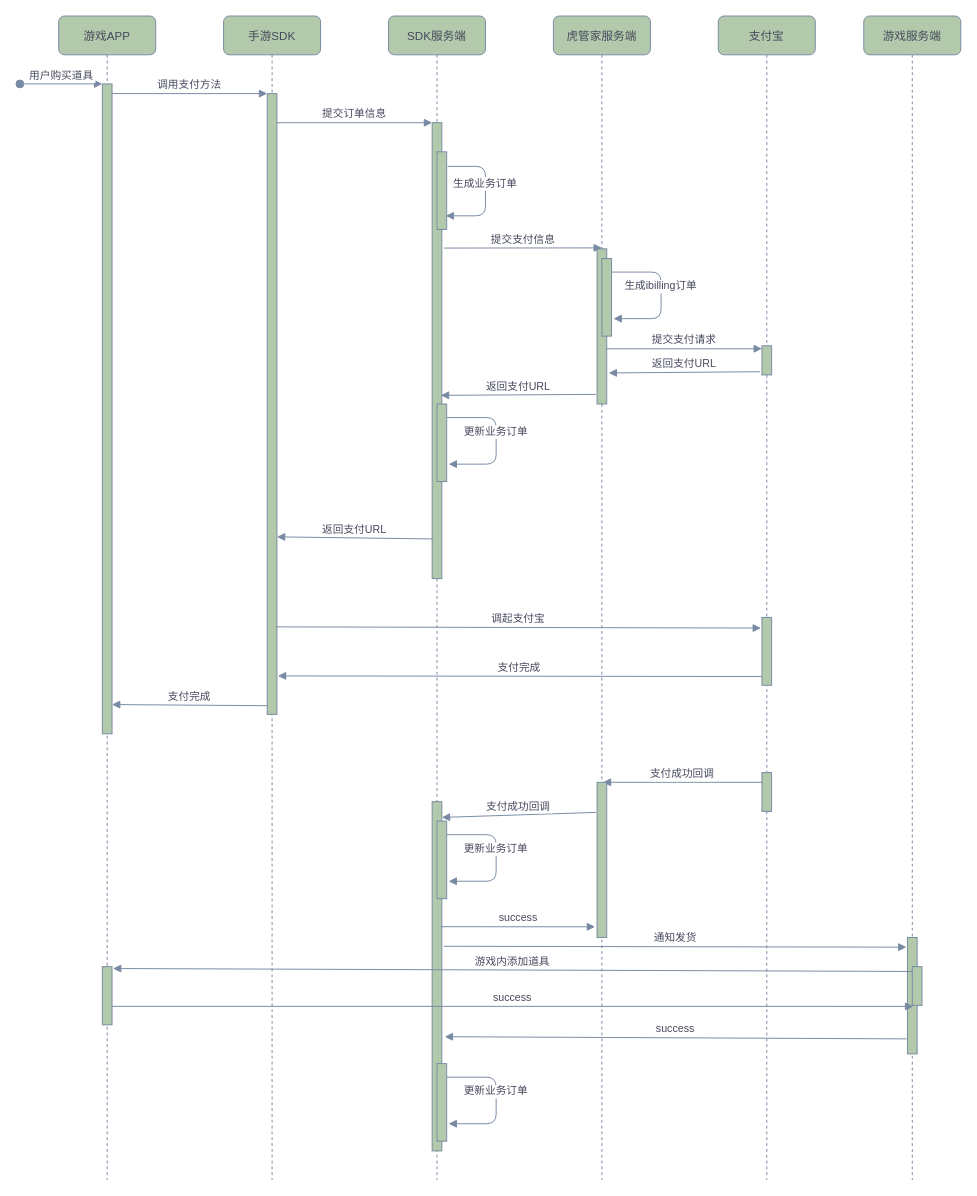
The draw.io diagram Untitled Diagram.drawio in hmysy/TU, before the edit. Source tidied: cells renumbered, new cells numbered last; positions are measured from the earlier drawing's top-left corner, leaving out a move shared by most shapes. Both pictures are drawn from the tidied source at 97%, with x=0, y=0 at pixel (19, 16).
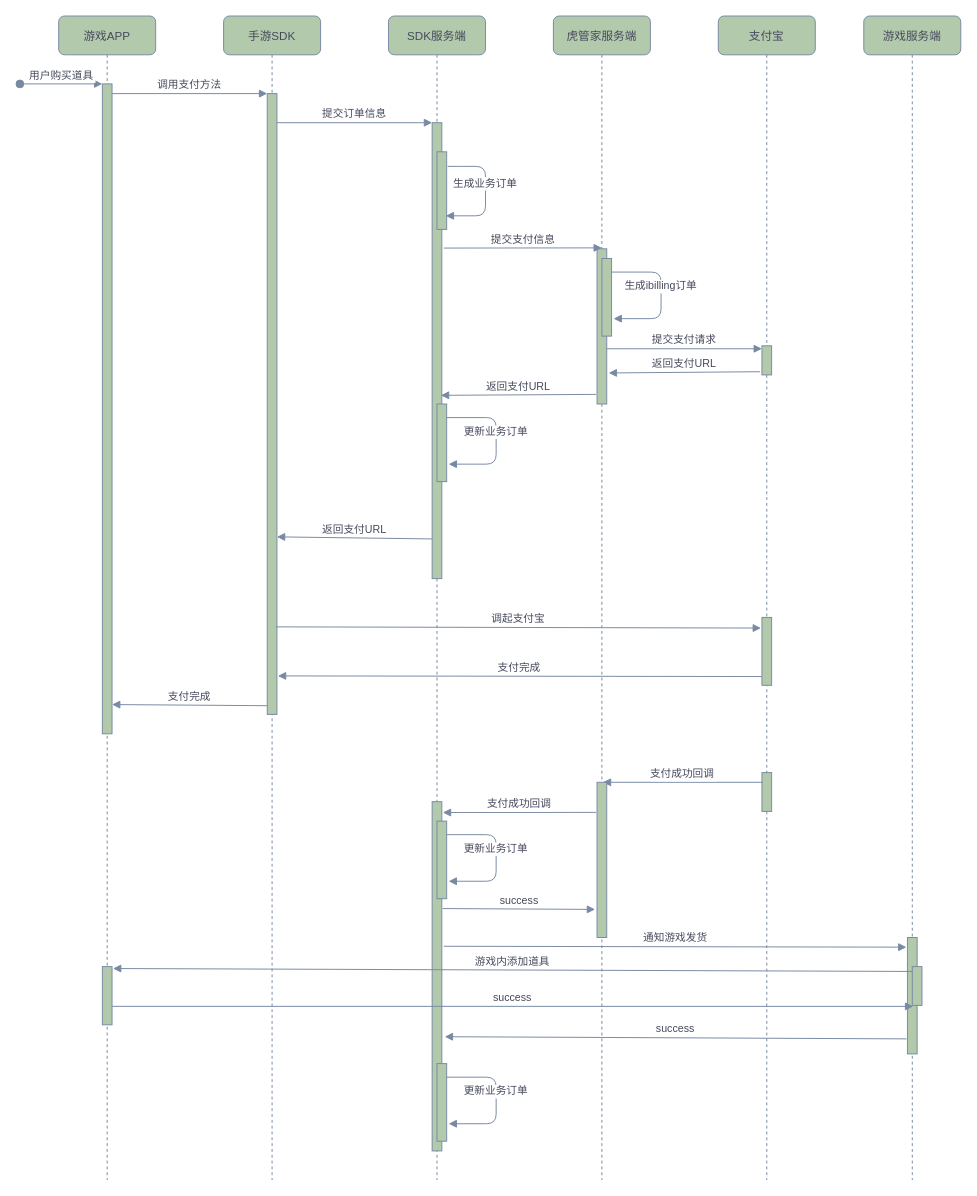
Above is the later version.

Unchanged cells that the change refers to:
```xml
<mxCell id="33" style="points=[];perimeter=orthogonalPerimeter;shadow=0;strokeWidth=1;fillColor=#B2C9AB;strokeColor=#788AA3;fontColor=#46495D;" parent="1" vertex="1">
  <mxGeometry x="595" y="790" width="10" height="160" as="geometry" />
</mxCell>
<mxCell id="34" style="points=[];perimeter=orthogonalPerimeter;shadow=0;strokeWidth=1;fillColor=#B2C9AB;strokeColor=#788AA3;fontColor=#46495D;" parent="1" vertex="1">
  <mxGeometry x="425" y="810" width="10" height="360" as="geometry" />
</mxCell>
<mxCell id="40" style="points=[];perimeter=orthogonalPerimeter;shadow=0;strokeWidth=1;fillColor=#B2C9AB;strokeColor=#788AA3;fontColor=#46495D;" parent="1" vertex="1">
  <mxGeometry x="915" y="950" width="10" height="120" as="geometry" />
</mxCell>
```

The edit, as a diff of the source:
```diff
@@
-    <mxCell id="35" value="支付成功回调" style="verticalAlign=bottom;endArrow=block;entryX=1;entryY=0.045;shadow=0;strokeWidth=1;strokeColor=#788AA3;fontColor=#46495D;exitX=-0.1;exitY=0.194;exitDx=0;exitDy=0;exitPerimeter=0;entryDx=0;entryDy=0;entryPerimeter=0;" parent="1" edge="1" source="33" target="34">
+    <mxCell id="35" value="支付成功回调" style="verticalAlign=bottom;endArrow=block;shadow=0;strokeWidth=1;strokeColor=#788AA3;fontColor=#46495D;exitX=-0.1;exitY=0.194;exitDx=0;exitDy=0;exitPerimeter=0;entryX=1.1;entryY=0.031;entryDx=0;entryDy=0;entryPerimeter=0;" parent="1" edge="1" source="33" target="34">
       <mxGeometry relative="1" as="geometry" />
     </mxCell>
@@
-    <mxCell id="38" value="通知发货" style="verticalAlign=bottom;endArrow=block;shadow=0;strokeWidth=1;strokeColor=#788AA3;fontColor=#46495D;exitX=1.2;exitY=0.414;exitDx=0;exitDy=0;exitPerimeter=0;entryX=-0.1;entryY=0.083;entryDx=0;entryDy=0;entryPerimeter=0;" parent="1" edge="1" source="34" target="40">
+    <mxCell id="38" value="通知游戏发货" style="verticalAlign=bottom;endArrow=block;shadow=0;strokeWidth=1;strokeColor=#788AA3;fontColor=#46495D;exitX=1.2;exitY=0.414;exitDx=0;exitDy=0;exitPerimeter=0;entryX=-0.1;entryY=0.083;entryDx=0;entryDy=0;entryPerimeter=0;" parent="1" edge="1" source="34" target="40">
       <mxGeometry relative="1" as="geometry" />
     </mxCell>
-    <mxCell id="39" value="success" style="verticalAlign=bottom;endArrow=block;shadow=0;strokeWidth=1;strokeColor=#788AA3;fontColor=#46495D;entryX=-0.2;entryY=0.931;entryDx=0;entryDy=0;entryPerimeter=0;exitX=0.9;exitY=0.358;exitDx=0;exitDy=0;exitPerimeter=0;" parent="1" edge="1" source="34" target="33">
+    <mxCell id="39" value="success" style="verticalAlign=bottom;endArrow=block;shadow=0;strokeWidth=1;strokeColor=#788AA3;fontColor=#46495D;entryX=-0.2;entryY=0.819;entryDx=0;entryDy=0;entryPerimeter=0;exitX=1.1;exitY=0.306;exitDx=0;exitDy=0;exitPerimeter=0;" parent="1" edge="1" source="34" target="33">
       <mxGeometry relative="1" as="geometry" />
     </mxCell>
```
